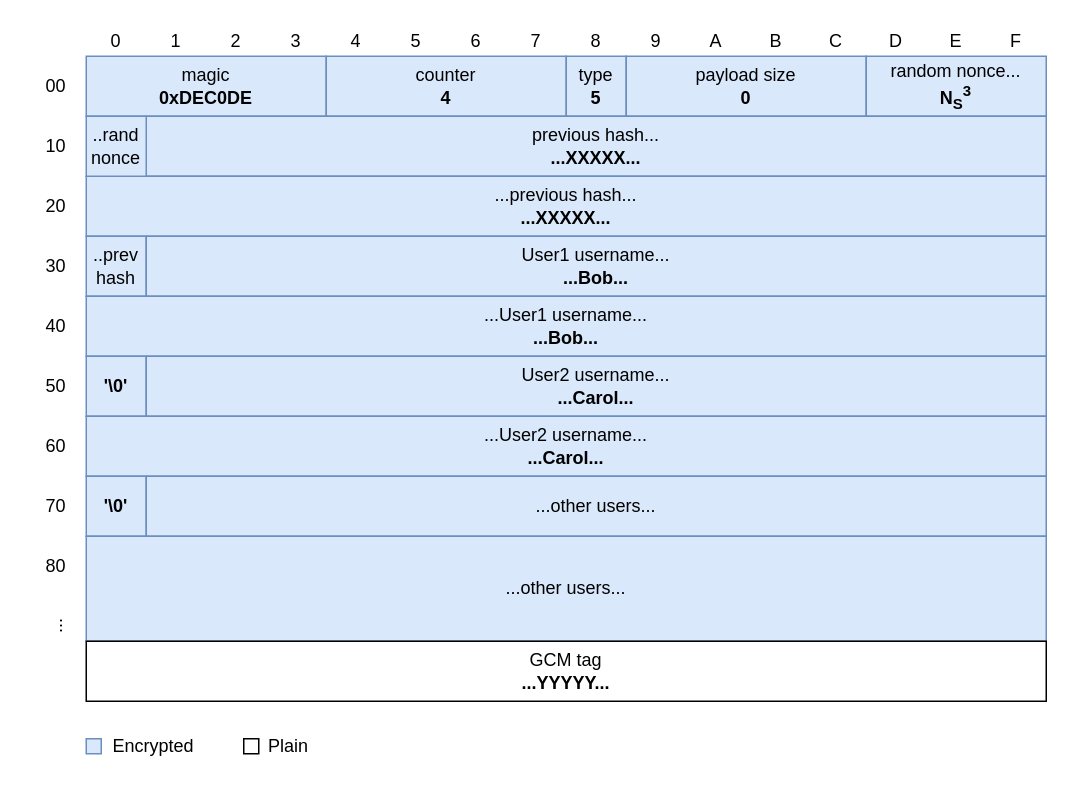
The draw.io diagram page "PLAYER_LIST" (7 of 8) of diagrams/messages.drawio in SpeedJack/foc-fiar, before the edit. Source tidied: cells renumbered, new cells numbered last; positions are measured from the earlier drawing's top-left corner, leaving out a move shared by most shapes. Both pictures are drawn from the tidied source at 150%, with x=0, y=0 at pixel (26, 26).
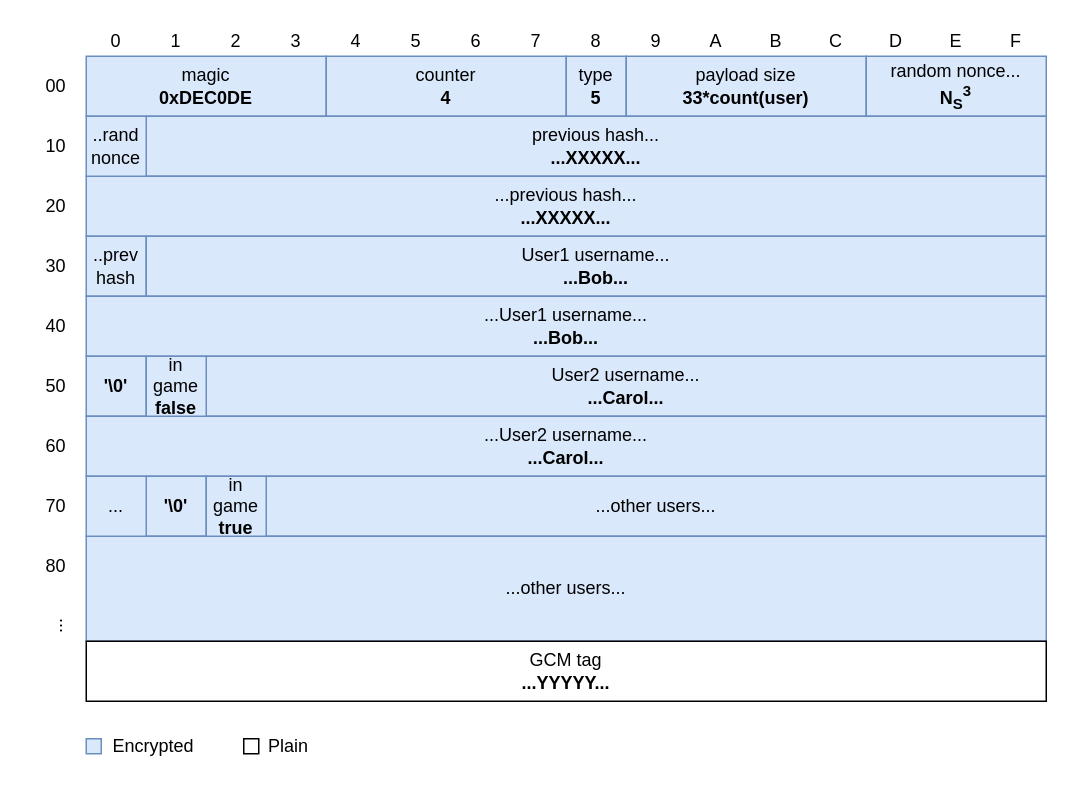
The same page after the edit.

Commit message:
Add CHALLENGE_REQ format

The edit, as a diff of the source:
```diff
@@
-    <mxCell id="5" value="payload size&lt;br&gt;&lt;b&gt;0&lt;br&gt;&lt;/b&gt;" style="rounded=0;whiteSpace=wrap;html=1;fillColor=#dae8fc;strokeColor=#6c8ebf;" parent="1" vertex="1">
+    <mxCell id="5" value="payload size&lt;br&gt;&lt;b&gt;33*count(user)&lt;/b&gt;" style="rounded=0;whiteSpace=wrap;html=1;fillColor=#dae8fc;strokeColor=#6c8ebf;" parent="1" vertex="1">
       <mxGeometry x="400" y="20" width="160" height="40" as="geometry" />
     </mxCell>
@@
     <mxCell id="39" value="User2 username...&lt;br&gt;&lt;b&gt;...Carol...&lt;/b&gt;" style="rounded=0;whiteSpace=wrap;html=1;fillColor=#dae8fc;strokeColor=#6c8ebf;" parent="1" vertex="1">
-      <mxGeometry x="80" y="220" width="600" height="40" as="geometry" />
+      <mxGeometry x="120" y="220" width="560" height="40" as="geometry" />
     </mxCell>
@@
     <mxCell id="41" value="'\0'" style="rounded=0;whiteSpace=wrap;html=1;fontStyle=1;fillColor=#dae8fc;strokeColor=#6c8ebf;" parent="1" vertex="1">
-      <mxGeometry x="40" y="300" width="40" height="40" as="geometry" />
+      <mxGeometry x="80" y="300" width="40" height="40" as="geometry" />
     </mxCell>
     <mxCell id="42" value="...other users..." style="rounded=0;whiteSpace=wrap;html=1;fillColor=#dae8fc;strokeColor=#6c8ebf;" parent="1" vertex="1">
-      <mxGeometry x="80" y="300" width="600" height="40" as="geometry" />
+      <mxGeometry x="160" y="300" width="520" height="40" as="geometry" />
     </mxCell>
@@
+    <mxCell id="50" value="..." style="rounded=0;whiteSpace=wrap;html=1;fontStyle=0;fillColor=#dae8fc;strokeColor=#6c8ebf;" parent="1" vertex="1">
+      <mxGeometry x="40" y="300" width="40" height="40" as="geometry" />
+    </mxCell>
+    <mxCell id="51" value="in game&lt;br&gt;&lt;b&gt;false&lt;/b&gt;" style="rounded=0;whiteSpace=wrap;html=1;fontStyle=0;fillColor=#dae8fc;strokeColor=#6c8ebf;" parent="1" vertex="1">
+      <mxGeometry x="80" y="220" width="40" height="40" as="geometry" />
+    </mxCell>
+    <mxCell id="52" value="in game&lt;br&gt;&lt;b&gt;true&lt;/b&gt;" style="rounded=0;whiteSpace=wrap;html=1;fontStyle=0;fillColor=#dae8fc;strokeColor=#6c8ebf;" parent="1" vertex="1">
+      <mxGeometry x="120" y="300" width="40" height="40" as="geometry" />
+    </mxCell>
```
